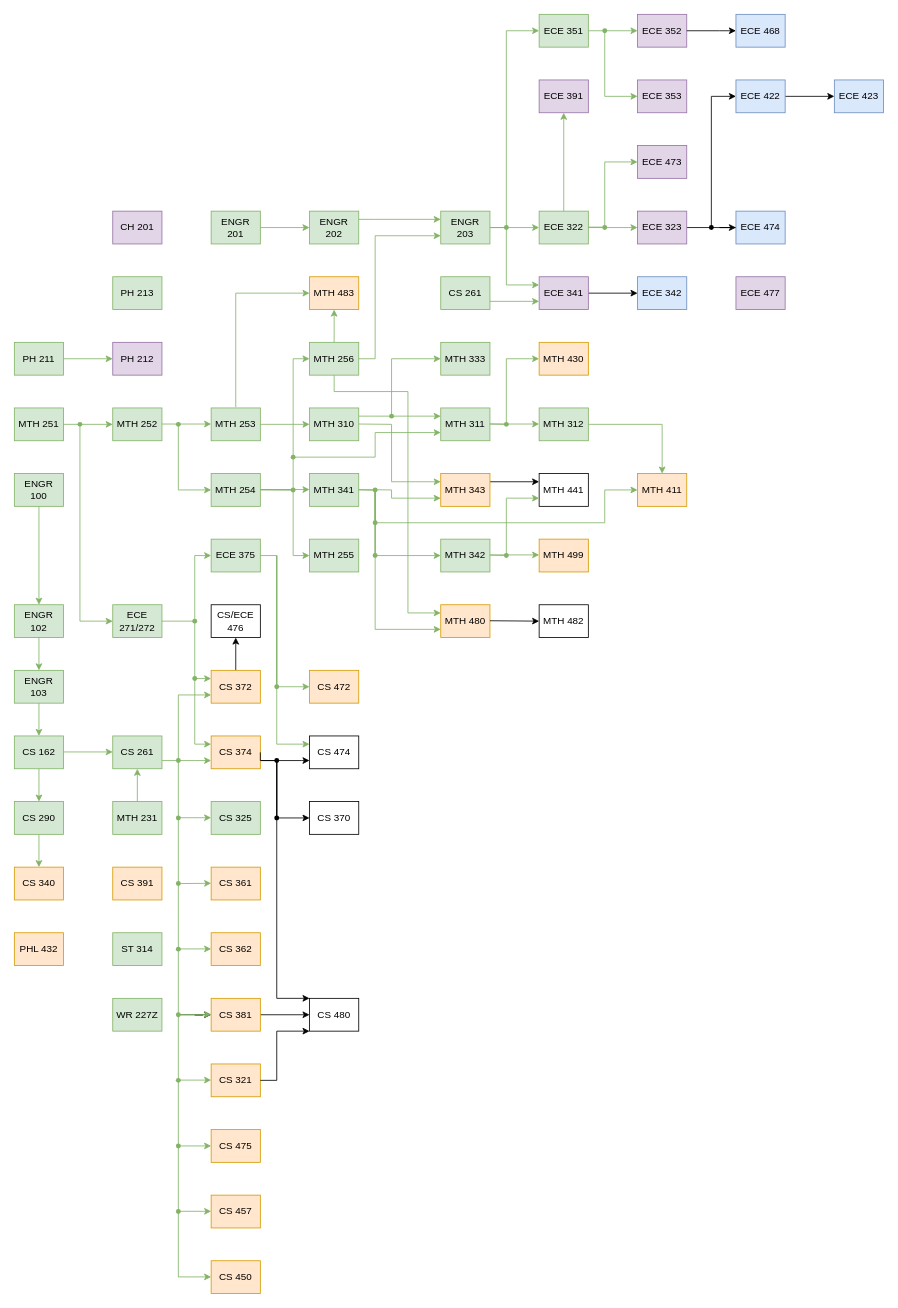
Jonas-Carew/Class-Flowchart keeps this draw.io diagram as Classes.drawio. Above is the earlier version. Source tidied: cells renumbered, new cells numbered last; positions are measured from the earlier drawing's top-left corner, leaving out a move shared by most shapes. Both pictures are drawn from the tidied source at 82%, with x=0, y=0 at pixel (14, 14).
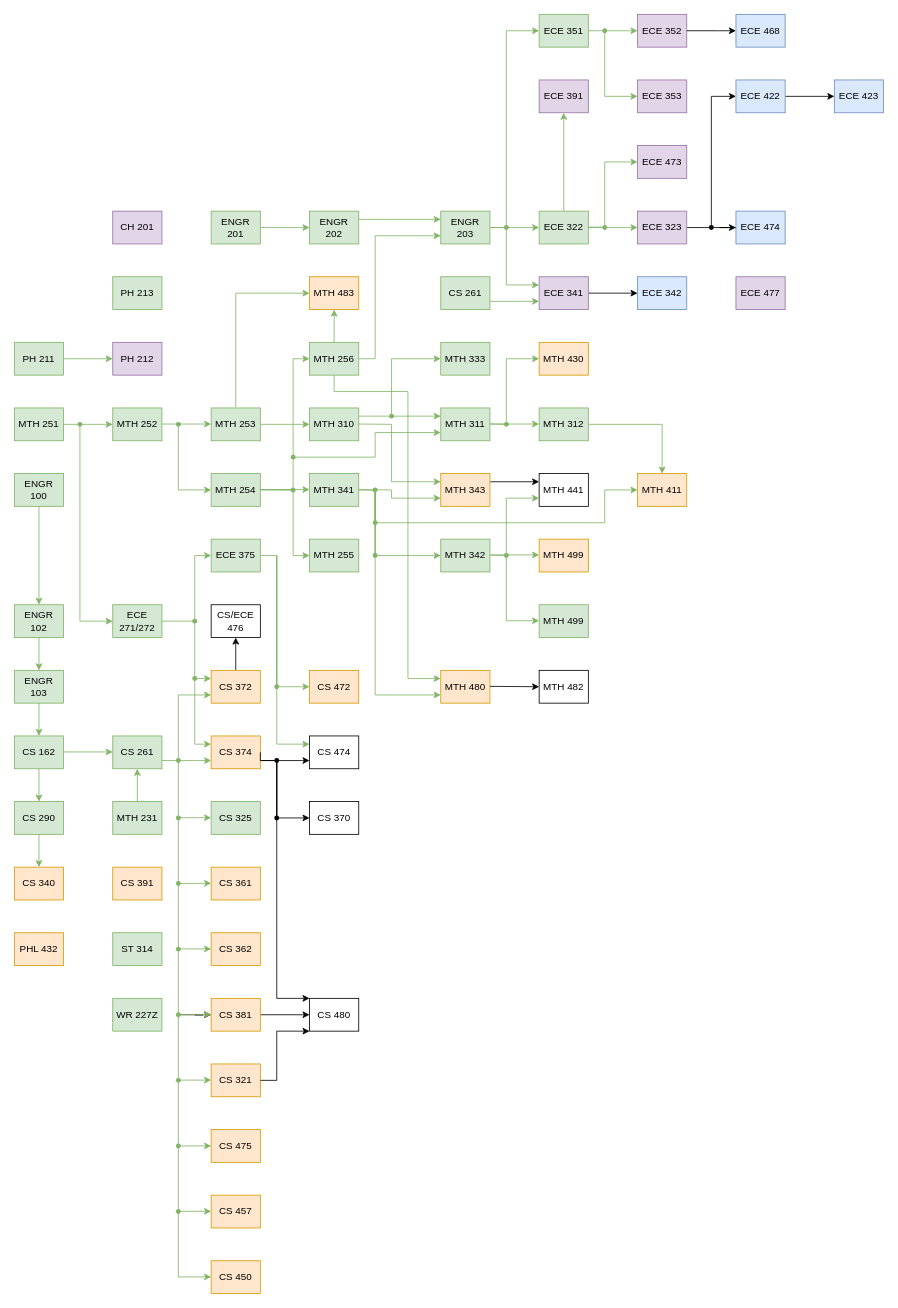
Above is the later version.

Unchanged cells that the change refers to:
```xml
<mxCell id="77" value="MTH 256" style="rounded=0;whiteSpace=wrap;html=1;fillColor=#d5e8d4;strokeColor=#82b366;" parent="1" vertex="1">
  <mxGeometry x="360" y="400" width="60" height="40" as="geometry" />
</mxCell>
<mxCell id="134" style="shape=waypoint;sketch=0;fillStyle=solid;size=6;points=[];fillColor=#d5e8d4;perimeter=centerPerimeter;snapToPoint=1;strokeColor=#82b366;" parent="1" vertex="1">
  <mxGeometry x="430" y="610" width="20" height="20" as="geometry" />
</mxCell>
<mxCell id="174" style="shape=waypoint;sketch=0;fillStyle=solid;size=6;points=[];fillColor=#97D077;perimeter=centerPerimeter;snapToPoint=1;strokeColor=#82B366;" parent="1" vertex="1">
  <mxGeometry x="590" y="650" width="20" height="20" as="geometry" />
</mxCell>
```

Diff of the diagram source:
```diff
@@
     <mxCell id="75" style="edgeStyle=orthogonalEdgeStyle;rounded=0;jettySize=auto;html=1;entryX=0;entryY=0.25;entryDx=0;entryDy=0;fillColor=#d5e8d4;strokeColor=#82b366;" parent="1" edge="1" source="77" target="83">
       <mxGeometry relative="1" as="geometry">
         <Array as="points">
           <mxPoint x="390" y="460" />
           <mxPoint x="480" y="460" />
-          <mxPoint x="480" y="730" />
+          <mxPoint x="480" y="810" />
         </Array>
       </mxGeometry>
     </mxCell>
@@
     <mxCell id="83" value="MTH 480" style="rounded=0;whiteSpace=wrap;html=1;fillColor=#ffe6cc;strokeColor=#d79b00;" parent="1" vertex="1">
-      <mxGeometry x="520" y="720" width="60" height="40" as="geometry" />
+      <mxGeometry x="520" y="800" width="60" height="40" as="geometry" />
     </mxCell>
     <mxCell id="84" style="endArrow=classic;html=1;rounded=0;exitDx=0;exitDy=0;entryX=0;entryY=0.75;entryDx=0;entryDy=0;fillColor=#d5e8d4;strokeColor=#82b366;" parent="1" edge="1" source="134" target="83">
       <mxGeometry relative="1" as="geometry">
         <Array as="points">
           <mxPoint x="440" y="580.5" />
-          <mxPoint x="440" y="750" />
+          <mxPoint x="440" y="830" />
         </Array>
       </mxGeometry>
     </mxCell>
@@
     <mxCell id="169" value="&lt;div&gt;MTH 482&lt;/div&gt;" style="rounded=0;whiteSpace=wrap;html=1;" parent="1" vertex="1">
-      <mxGeometry x="640" y="720" width="60" height="40" as="geometry" />
+      <mxGeometry x="640" y="800" width="60" height="40" as="geometry" />
     </mxCell>
     <mxCell id="170" style="edgeStyle=orthogonalEdgeStyle;rounded=0;jettySize=auto;html=1;entryX=0;entryY=0.5;entryDx=0;entryDy=0;" parent="1" edge="1" target="169">
       <mxGeometry relative="1" as="geometry">
-        <mxPoint x="580" y="739.5" as="sourcePoint" />
+        <mxPoint x="580" y="819.5" as="sourcePoint" />
       </mxGeometry>
     </mxCell>
@@
+    <mxCell id="175" value="MTH 499" style="rounded=0;whiteSpace=wrap;html=1;fillColor=#d5e8d4;strokeColor=#82b366;" parent="1" vertex="1">
+      <mxGeometry x="640" y="720" width="60" height="40" as="geometry" />
+    </mxCell>
+    <mxCell id="176" style="edgeStyle=orthogonalEdgeStyle;rounded=0;jettySize=auto;html=1;fillColor=#d5e8d4;strokeColor=#82b366;exitX=0.35;exitY=0.4;exitDx=0;exitDy=0;exitPerimeter=0;" parent="1" edge="1" source="174">
+      <mxGeometry relative="1" as="geometry">
+        <mxPoint x="640" y="739.5" as="targetPoint" />
+        <Array as="points">
+          <mxPoint x="600" y="740" />
+        </Array>
+      </mxGeometry>
+    </mxCell>
```
